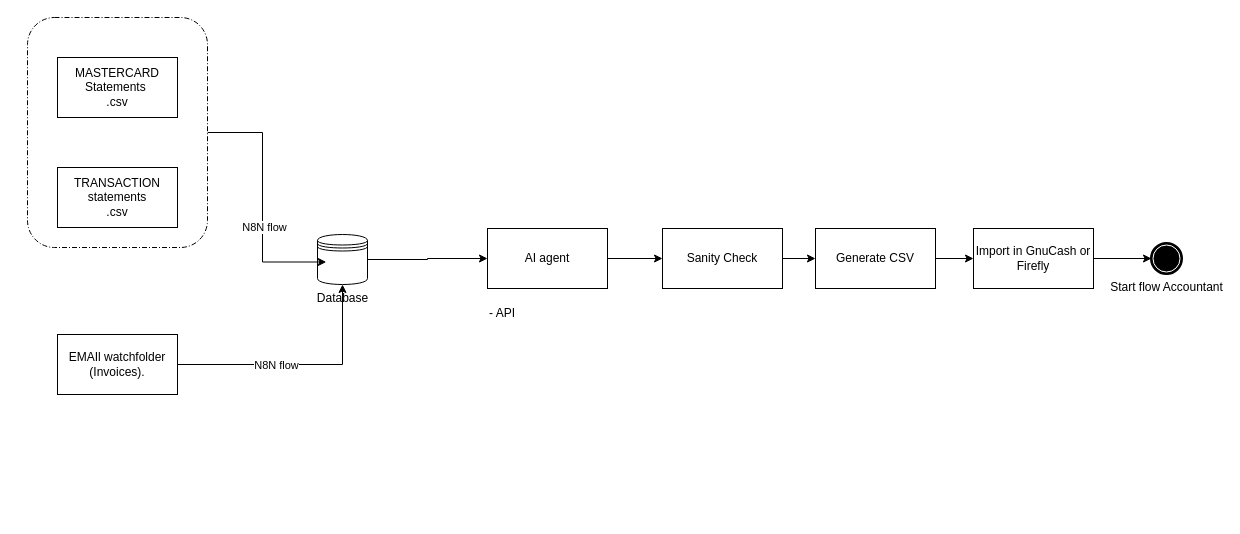
The draw.io diagram page "Accounting" (1 of 3) of AI agent for finances.drawio in quentinbnt/schema, before the edit. Source tidied: cells renumbered, new cells numbered last; positions are measured from the earlier drawing's top-left corner, leaving out a move shared by most shapes. Both pictures are drawn from the tidied source at 100%, with x=0, y=0 at pixel (17, 17).
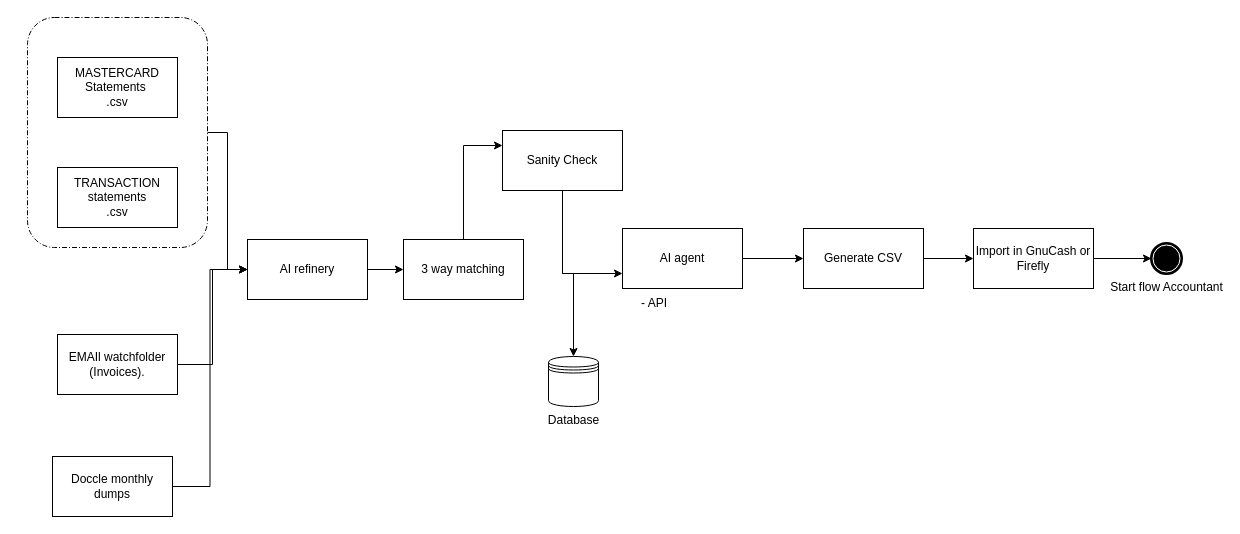
Above is the later version.

Unchanged cells that the change refers to:
```xml
<mxCell id="5" value="EMAIl watchfolder (Invoices)." style="rounded=0;whiteSpace=wrap;html=1;" parent="1" vertex="1">
  <mxGeometry x="40" y="317" width="120" height="60" as="geometry" />
</mxCell>
<mxCell id="21" style="points=[[0.25,0,0],[0.5,0,0],[0.75,0,0],[1,0.25,0],[1,0.5,0],[1,0.75,0],[0.75,1,0],[0.5,1,0],[0.25,1,0],[0,0.75,0],[0,0.5,0],[0,0.25,0]];rounded=1;dashed=1;dashPattern=5 2 1 2;labelPosition=center;verticalLabelPosition=middle;align=center;verticalAlign=middle;fontSize=8;html=1;whiteSpace=wrap;" parent="20" vertex="1">
  <mxGeometry width="180" height="230" as="geometry" />
</mxCell>
```

What changed in the source:
```diff
@@
-    <mxCell id="2" style="edgeStyle=orthogonalEdgeStyle;rounded=0;jettySize=auto;html=1;exitX=1;exitY=0.5;exitDx=0;exitDy=0;" parent="1" edge="1" source="14" target="7">
-      <mxGeometry relative="1" as="geometry" />
-    </mxCell>
-    <mxCell id="3" style="edgeStyle=orthogonalEdgeStyle;rounded=0;jettySize=auto;html=1;entryX=0.5;entryY=1;entryDx=0;entryDy=0;" parent="1" edge="1" source="5" target="14">
-      <mxGeometry relative="1" as="geometry" />
-    </mxCell>
-    <mxCell id="4" value="N8N flow" style="edgeLabel;html=1;align=center;verticalAlign=middle;" parent="3" vertex="1">
-      <mxGeometry x="-0.2" relative="1" as="geometry" />
-    </mxCell>
+    <mxCell id="24" style="edgeStyle=orthogonalEdgeStyle;rounded=0;jettySize=auto;html=1;entryX=0;entryY=0.5;entryDx=0;entryDy=0;" parent="1" edge="1" source="5" target="30">
+      <mxGeometry relative="1" as="geometry" />
+    </mxCell>
@@
-    <mxCell id="6" style="edgeStyle=orthogonalEdgeStyle;rounded=0;jettySize=auto;html=1;" parent="1" edge="1" source="7" target="9">
-      <mxGeometry relative="1" as="geometry" />
-    </mxCell>
-    <mxCell id="7" value="AI agent" style="rounded=0;whiteSpace=wrap;html=1;" parent="1" vertex="1">
-      <mxGeometry x="470" y="211" width="120" height="60" as="geometry" />
-    </mxCell>
-    <mxCell id="8" style="edgeStyle=orthogonalEdgeStyle;rounded=0;jettySize=auto;html=1;" parent="1" edge="1" source="9" target="12">
-      <mxGeometry relative="1" as="geometry" />
-    </mxCell>
+    <mxCell id="25" style="edgeStyle=orthogonalEdgeStyle;rounded=0;jettySize=auto;html=1;" parent="1" edge="1" source="9" target="14">
+      <mxGeometry relative="1" as="geometry" />
+    </mxCell>
+    <mxCell id="26" style="edgeStyle=orthogonalEdgeStyle;rounded=0;jettySize=auto;html=1;entryX=0;entryY=0.75;entryDx=0;entryDy=0;" parent="1" edge="1" source="9" target="7">
+      <mxGeometry relative="1" as="geometry" />
+    </mxCell>
     <mxCell id="9" value="Sanity Check" style="rounded=0;whiteSpace=wrap;html=1;" parent="1" vertex="1">
-      <mxGeometry x="645" y="211" width="120" height="60" as="geometry" />
+      <mxGeometry x="485" y="113" width="120" height="60" as="geometry" />
     </mxCell>
-    <mxCell id="10" value="- API&amp;nbsp;" style="text;html=1;strokeColor=none;fillColor=none;align=left;verticalAlign=middle;whiteSpace=wrap;rounded=0;" parent="1" vertex="1">
-      <mxGeometry x="470" y="281" width="60" height="30" as="geometry" />
-    </mxCell>
@@
     <mxCell id="12" value="Generate CSV" style="rounded=0;whiteSpace=wrap;html=1;" parent="1" vertex="1">
-      <mxGeometry x="798" y="211" width="120" height="60" as="geometry" />
+      <mxGeometry x="786" y="211" width="120" height="60" as="geometry" />
     </mxCell>
@@
     <mxCell id="14" value="Database" style="shape=datastore;html=1;labelPosition=center;verticalLabelPosition=bottom;align=center;verticalAlign=top;" parent="1" vertex="1">
-      <mxGeometry x="300" y="217" width="50" height="50" as="geometry" />
+      <mxGeometry x="531" y="339" width="50" height="50" as="geometry" />
     </mxCell>
@@
-    <mxCell id="18" style="edgeStyle=orthogonalEdgeStyle;rounded=0;jettySize=auto;html=1;entryX=0.175;entryY=0.55;entryDx=0;entryDy=0;entryPerimeter=0;" parent="1" edge="1" source="21" target="14">
-      <mxGeometry relative="1" as="geometry" />
-    </mxCell>
-    <mxCell id="19" value="N8N flow" style="edgeLabel;html=1;align=center;verticalAlign=middle;" parent="18" vertex="1">
-      <mxGeometry x="0.21" y="1" relative="1" as="geometry">
-        <mxPoint y="-1" as="offset" />
-      </mxGeometry>
-    </mxCell>
@@
+    <mxCell id="27" style="edgeStyle=orthogonalEdgeStyle;rounded=0;jettySize=auto;html=1;entryX=0;entryY=0.5;entryDx=0;entryDy=0;" parent="1" edge="1" source="28" target="30">
+      <mxGeometry relative="1" as="geometry" />
+    </mxCell>
+    <mxCell id="28" value="Doccle monthly dumps" style="rounded=0;whiteSpace=wrap;html=1;" parent="1" vertex="1">
+      <mxGeometry x="35" y="439" width="120" height="60" as="geometry" />
+    </mxCell>
+    <mxCell id="29" style="edgeStyle=orthogonalEdgeStyle;rounded=0;jettySize=auto;html=1;" parent="1" edge="1" source="30" target="35">
+      <mxGeometry relative="1" as="geometry" />
+    </mxCell>
+    <mxCell id="30" value="AI refinery" style="rounded=0;whiteSpace=wrap;html=1;" parent="1" vertex="1">
+      <mxGeometry x="230" y="222" width="120" height="60" as="geometry" />
+    </mxCell>
+    <mxCell id="31" style="group;" parent="1" vertex="1">
+      <mxGeometry x="605" y="211" width="120" height="90" as="geometry" />
+    </mxCell>
+    <mxCell id="7" value="AI agent" style="rounded=0;whiteSpace=wrap;html=1;" parent="31" vertex="1">
+      <mxGeometry width="120" height="60" as="geometry" />
+    </mxCell>
+    <mxCell id="10" value="- API&amp;nbsp;" style="text;html=1;strokeColor=none;fillColor=none;align=left;verticalAlign=middle;whiteSpace=wrap;rounded=0;" parent="31" vertex="1">
+      <mxGeometry x="17" y="60" width="60" height="30" as="geometry" />
+    </mxCell>
+    <mxCell id="32" style="edgeStyle=orthogonalEdgeStyle;rounded=0;jettySize=auto;html=1;" parent="1" edge="1" source="21" target="30">
+      <mxGeometry relative="1" as="geometry" />
+    </mxCell>
+    <mxCell id="33" style="edgeStyle=orthogonalEdgeStyle;rounded=0;jettySize=auto;html=1;entryX=0;entryY=0.5;entryDx=0;entryDy=0;" parent="1" edge="1" source="7" target="12">
+      <mxGeometry relative="1" as="geometry" />
+    </mxCell>
+    <mxCell id="34" style="edgeStyle=orthogonalEdgeStyle;rounded=0;jettySize=auto;html=1;entryX=0;entryY=0.25;entryDx=0;entryDy=0;" parent="1" edge="1" source="35" target="9">
+      <mxGeometry relative="1" as="geometry" />
+    </mxCell>
+    <mxCell id="35" value="3 way matching" style="rounded=0;whiteSpace=wrap;html=1;" parent="1" vertex="1">
+      <mxGeometry x="386" y="222" width="120" height="60" as="geometry" />
+    </mxCell>
```
